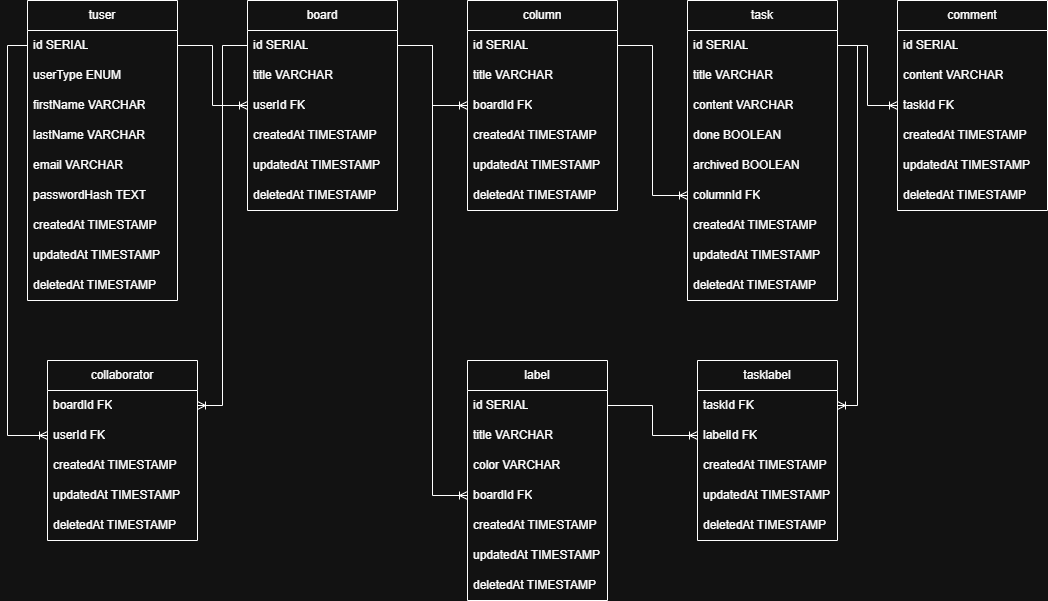
The draw.io diagram additional/team1-taskboard-db-diagram-2025-10-18.drawio.png in matvisiv2/team1-taskboard-backend, before a commit. Source tidied: cells renumbered, new cells last; positions are measured from the earlier drawing's top-left corner, leaving out a move shared by most shapes.
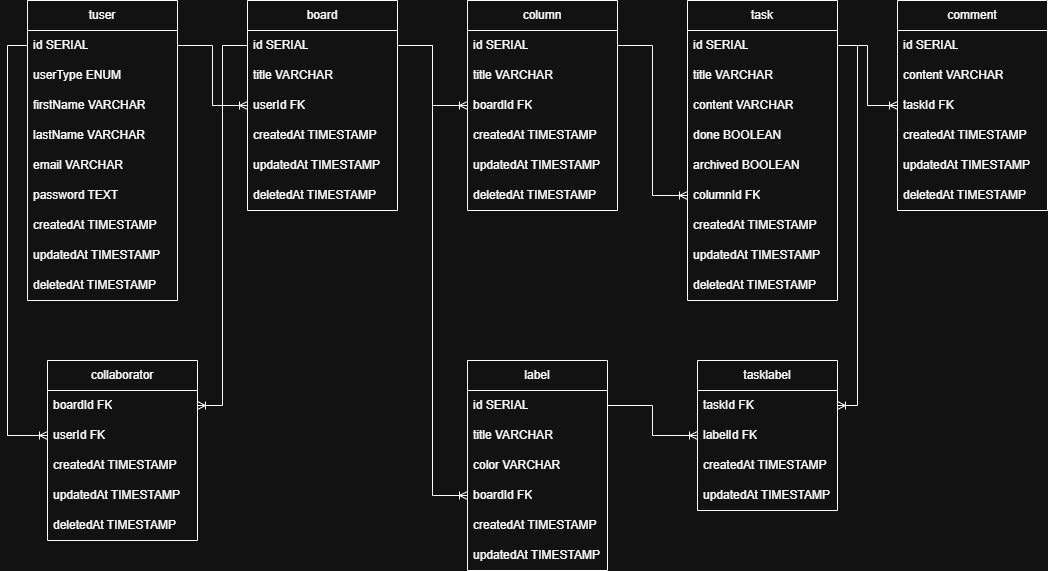
After the change.

What changed in the source:
```diff
@@ -23,7 +23,7 @@
     <mxCell id="8" value="email VARCHAR" style="text;strokeColor=none;fillColor=none;align=left;verticalAlign=middle;spacingLeft=4;spacingRight=4;overflow=hidden;whiteSpace=wrap;html=1;" parent="3" vertex="1">
       <mxGeometry y="150" width="150" height="30" as="geometry" />
     </mxCell>
-    <mxCell id="9" value="passwordHash TEXT" style="text;strokeColor=none;fillColor=none;align=left;verticalAlign=middle;spacingLeft=4;spacingRight=4;overflow=hidden;whiteSpace=wrap;html=1;" parent="3" vertex="1">
+    <mxCell id="9" value="password TEXT" style="text;strokeColor=none;fillColor=none;align=left;verticalAlign=middle;spacingLeft=4;spacingRight=4;overflow=hidden;whiteSpace=wrap;html=1;" parent="3" vertex="1">
       <mxGeometry y="180" width="150" height="30" as="geometry" />
     </mxCell>
     <mxCell id="10" value="createdAt TIMESTAMP" style="text;strokeColor=none;fillColor=none;align=left;verticalAlign=middle;spacingLeft=4;spacingRight=4;overflow=hidden;whiteSpace=wrap;html=1;" parent="3" vertex="1">
@@ -117,7 +117,7 @@
       <mxGeometry y="270" width="150" height="30" as="geometry" />
     </mxCell>
     <mxCell id="40" value="tasklabel" style="swimlane;fontStyle=0;horizontal=1;startSize=30;whiteSpace=wrap;html=1;" parent="1" vertex="1">
-      <mxGeometry x="670" y="360" width="140" height="180" as="geometry" />
+      <mxGeometry x="670" y="360" width="140" height="150" as="geometry" />
     </mxCell>
     <mxCell id="41" value="taskId FK" style="text;strokeColor=none;fillColor=none;align=left;verticalAlign=middle;spacingLeft=4;spacingRight=4;overflow=hidden;points=[[0,0.5],[1,0.5]];portConstraint=eastwest;whiteSpace=wrap;html=1;" parent="40" vertex="1">
       <mxGeometry y="30" width="140" height="30" as="geometry" />
@@ -131,9 +131,6 @@
     <mxCell id="44" value="updatedAt TIMESTAMP" style="text;strokeColor=none;fillColor=none;align=left;verticalAlign=middle;spacingLeft=4;spacingRight=4;overflow=hidden;whiteSpace=wrap;html=1;" parent="40" vertex="1">
       <mxGeometry y="120" width="140" height="30" as="geometry" />
     </mxCell>
-    <mxCell id="45" value="deletedAt TIMESTAMP" style="text;strokeColor=none;fillColor=none;align=left;verticalAlign=middle;spacingLeft=4;spacingRight=4;overflow=hidden;whiteSpace=wrap;html=1;" parent="40" vertex="1">
-      <mxGeometry y="150" width="140" height="30" as="geometry" />
-    </mxCell>
     <mxCell id="46" value="comment" style="swimlane;fontStyle=0;horizontal=1;startSize=30;whiteSpace=wrap;html=1;" parent="1" vertex="1">
       <mxGeometry x="870" width="150" height="210" as="geometry" />
     </mxCell>
@@ -156,7 +153,7 @@
       <mxGeometry y="180" width="150" height="30" as="geometry" />
     </mxCell>
     <mxCell id="53" value="label" style="swimlane;fontStyle=0;horizontal=1;startSize=30;whiteSpace=wrap;html=1;" parent="1" vertex="1">
-      <mxGeometry x="440" y="360" width="140" height="240" as="geometry" />
+      <mxGeometry x="440" y="360" width="140" height="210" as="geometry" />
     </mxCell>
     <mxCell id="54" value="id SERIAL" style="text;strokeColor=none;fillColor=none;align=left;verticalAlign=middle;spacingLeft=4;spacingRight=4;overflow=hidden;points=[[0,0.5],[1,0.5]];portConstraint=eastwest;whiteSpace=wrap;html=1;" parent="53" vertex="1">
       <mxGeometry y="30" width="140" height="30" as="geometry" />
@@ -176,9 +173,6 @@
     <mxCell id="59" value="updatedAt TIMESTAMP" style="text;strokeColor=none;fillColor=none;align=left;verticalAlign=middle;spacingLeft=4;spacingRight=4;overflow=hidden;whiteSpace=wrap;html=1;" parent="53" vertex="1">
       <mxGeometry y="180" width="140" height="30" as="geometry" />
     </mxCell>
-    <mxCell id="60" value="deletedAt TIMESTAMP" style="text;strokeColor=none;fillColor=none;align=left;verticalAlign=middle;spacingLeft=4;spacingRight=4;overflow=hidden;whiteSpace=wrap;html=1;" parent="53" vertex="1">
-      <mxGeometry y="210" width="140" height="30" as="geometry" />
-    </mxCell>
     <mxCell id="61" style="edgeStyle=orthogonalEdgeStyle;rounded=0;jettySize=auto;html=1;exitX=1;exitY=0.5;exitDx=0;exitDy=0;entryX=1;entryY=0.5;entryDx=0;entryDy=0;endArrow=ERoneToMany;endFill=0;" parent="1" edge="1" source="31" target="41">
       <mxGeometry relative="1" as="geometry" />
     </mxCell>
```
